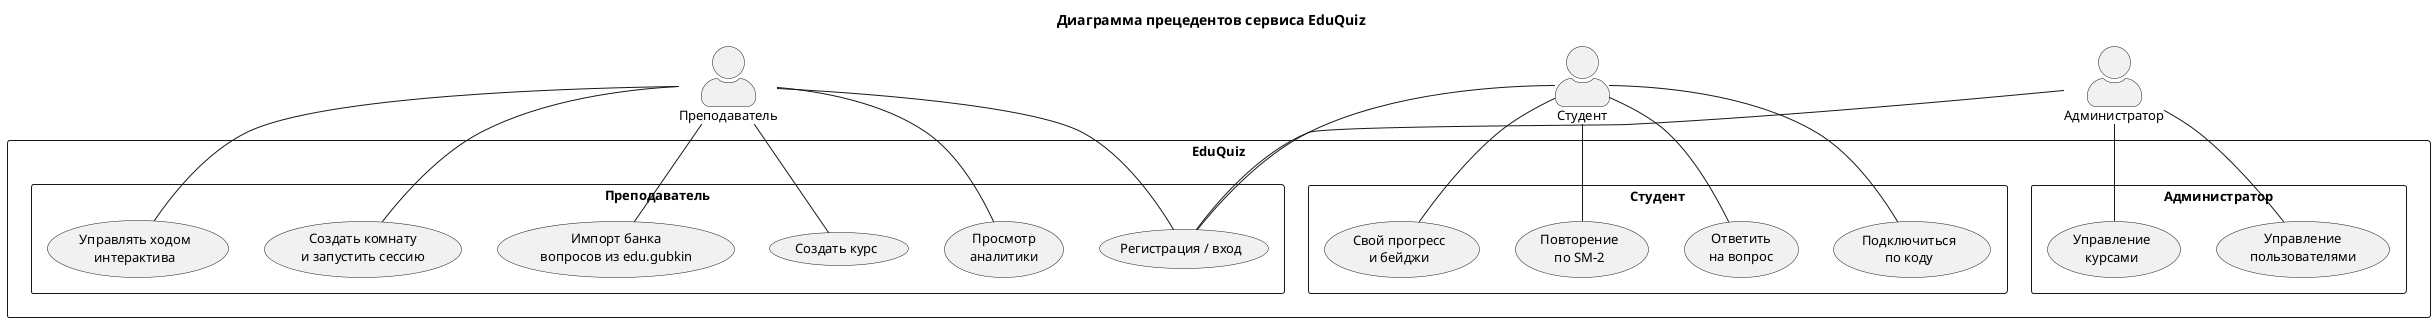
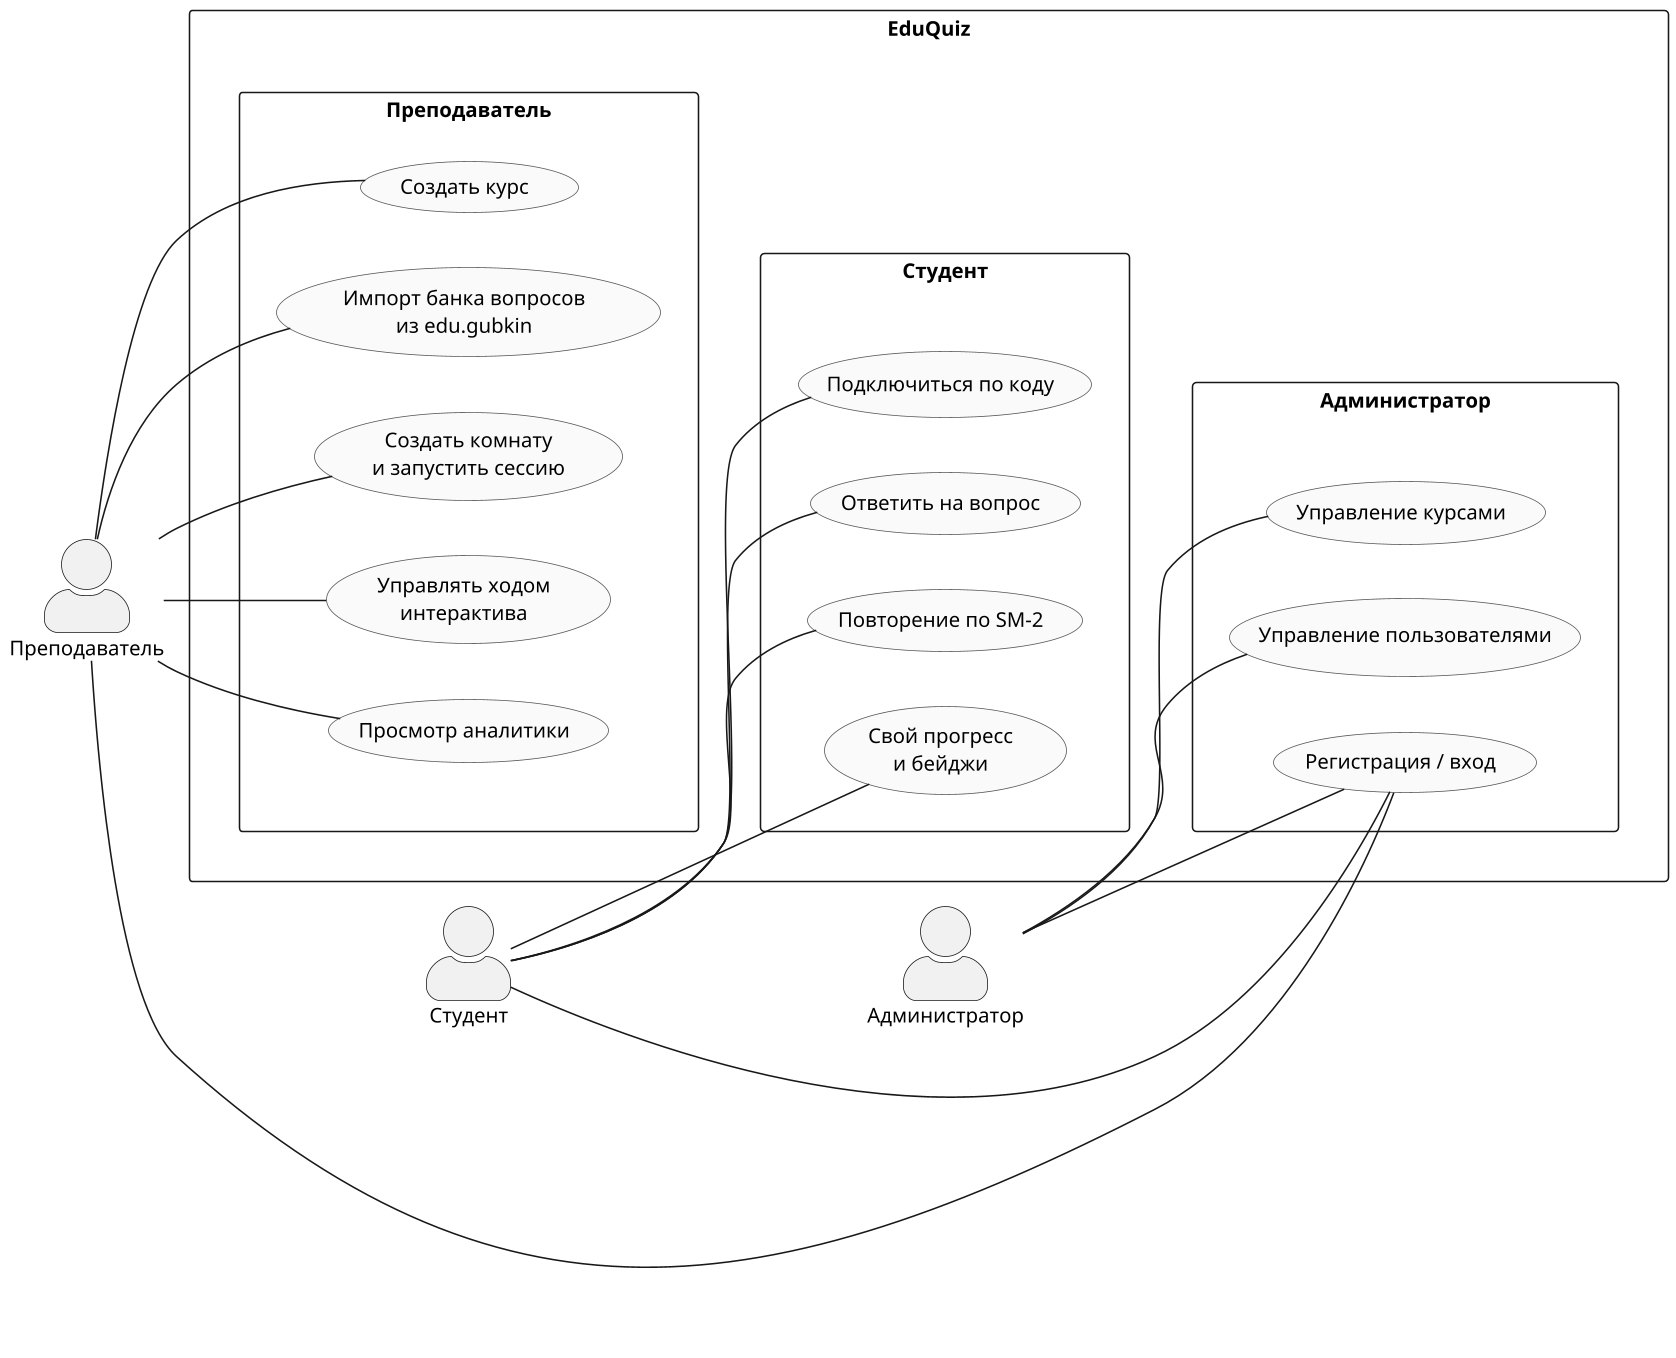
@startuml usecase
skinparam packageStyle rectangle
skinparam shadowing false
skinparam defaultFontName "Times New Roman"
skinparam defaultFontSize 13
skinparam ActorStyle awesome
- ' Компактнее для портретной А4: top to bottom + актёры по краям,
- ' use cases группируются по ролям внутри пакета.
- top to bottom direction
+ skinparam dpi 150
+ skinparam usecase {
+     BackgroundColor #FAFAFA
+     BorderColor #555
+ }
+ left to right direction

- title Диаграмма прецедентов сервиса EduQuiz
+ ' Портретная компоновка под A4: актёры столбцом слева, use cases —
+ ' тремя вертикальными группами в EduQuiz справа. Скрытые связи между
+ ' актёрами и между пакетами заставляют PlantUML укладывать их сверху вниз.

- actor "Преподаватель" as Teacher
- actor "Студент" as Student
- actor "Администратор" as Admin
+ actor "Преподаватель"  as Teacher
+ actor "Студент"        as Student
+ actor "Администратор"  as Admin
+ 
+ Teacher -[hidden]down- Student
+ Student -[hidden]down- Admin

rectangle "EduQuiz" {
    package "Преподаватель" as PT {
-         usecase "Регистрация / вход" as UC_Login
-         usecase "Создать курс" as UC_CreateCourse
-         usecase "Импорт банка\nвопросов из edu.gubkin" as UC_ImportBank
-         usecase "Создать комнату\nи запустить сессию" as UC_RunSession
-         usecase "Управлять ходом\nинтерактива" as UC_ControlSession
-         usecase "Просмотр\nаналитики" as UC_Analytics
+         usecase "Создать курс"                            as UC_CreateCourse
+         usecase "Импорт банка вопросов\nиз edu.gubkin"    as UC_ImportBank
+         usecase "Создать комнату\nи запустить сессию"     as UC_RunSession
+         usecase "Управлять ходом\nинтерактива"            as UC_ControlSession
+         usecase "Просмотр аналитики"                      as UC_Analytics
    }
+ 
    package "Студент" as PS {
-         usecase "Подключиться\nпо коду" as UC_Join
-         usecase "Ответить\nна вопрос" as UC_Answer
-         usecase "Повторение\nпо SM-2" as UC_Review
-         usecase "Свой прогресс\nи бейджи" as UC_Progress
+         usecase "Подключиться по коду"        as UC_Join
+         usecase "Ответить на вопрос"          as UC_Answer
+         usecase "Повторение по SM-2"          as UC_Review
+         usecase "Свой прогресс\nи бейджи"     as UC_Progress
    }
+ 
    package "Администратор" as PA {
-         usecase "Управление\nпользователями" as UC_ManageUsers
-         usecase "Управление\nкурсами" as UC_ManageCourses
+         usecase "Регистрация / вход"          as UC_Login
+         usecase "Управление пользователями"   as UC_ManageUsers
+         usecase "Управление курсами"          as UC_ManageCourses
    }
+ 
+     PT -[hidden]down- PS
+     PS -[hidden]down- PA
}

- Teacher -- UC_Login
Teacher -- UC_CreateCourse
Teacher -- UC_ImportBank
Teacher -- UC_RunSession
Teacher -- UC_ControlSession
Teacher -- UC_Analytics
+ Teacher -- UC_Login

Student -- UC_Login
Student -- UC_Join
Student -- UC_Answer
Student -- UC_Review
Student -- UC_Progress

Admin -- UC_Login
Admin -- UC_ManageUsers
Admin -- UC_ManageCourses

@enduml
